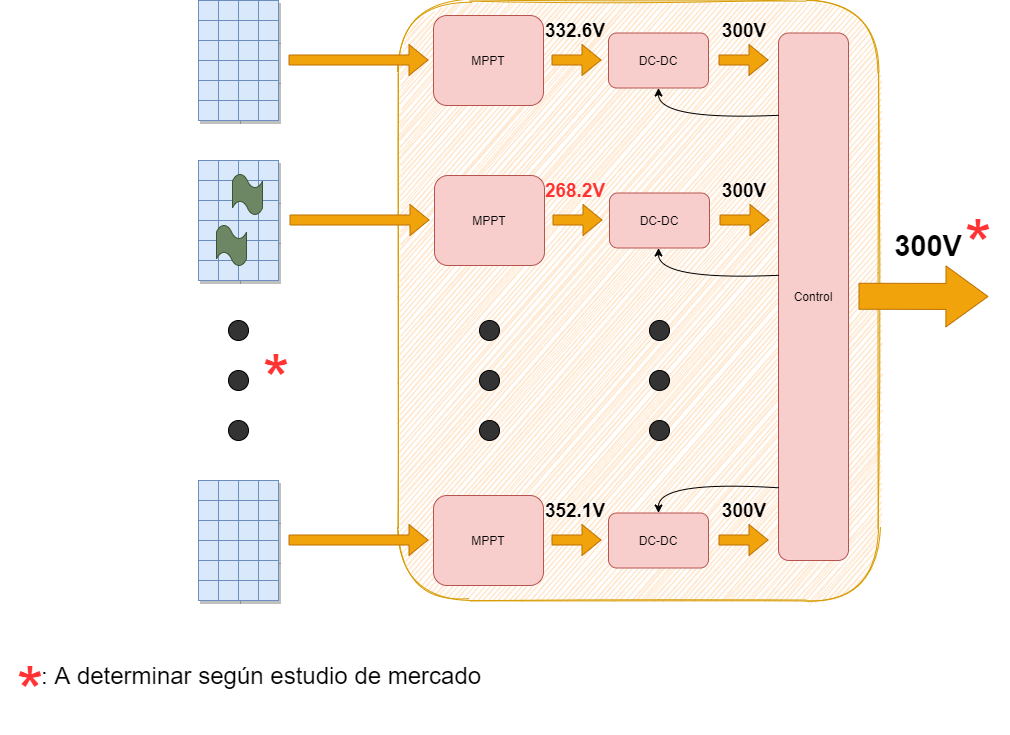
The draw.io diagram Presentación Idea MPPT/Diagrama.png in tlondero/Dise-o, before a commit. Source tidied: cells renumbered, new cells last; positions are measured from the earlier drawing's top-left corner, leaving out a move shared by most shapes.
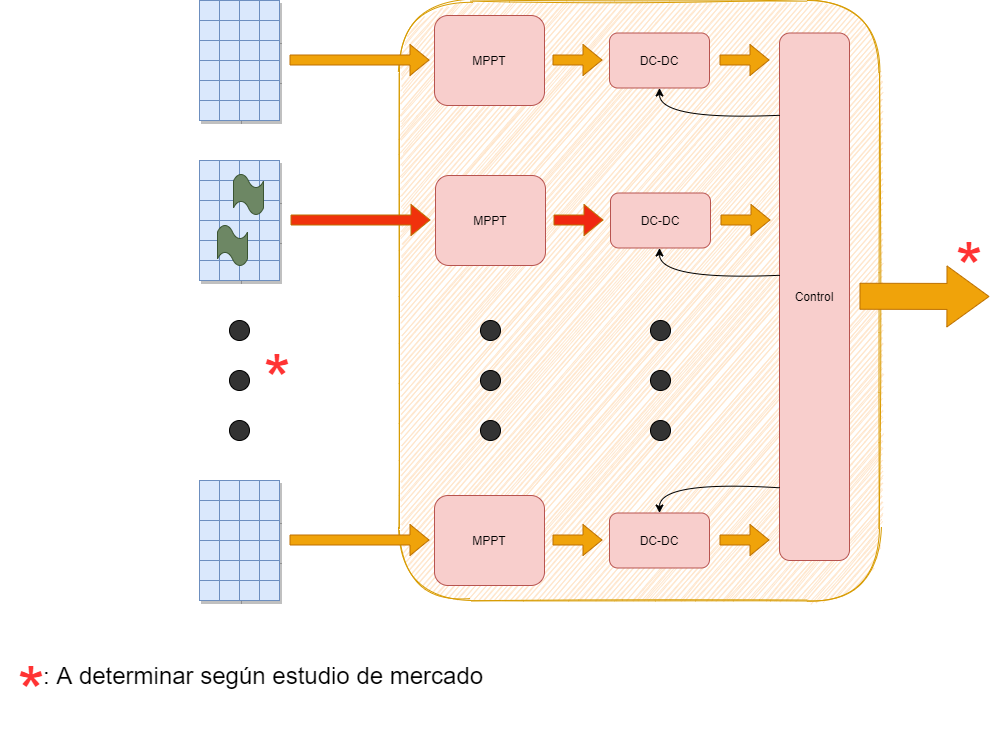
Above is the later version.

Change to the diagram source:
```diff
@@ -104,13 +104,13 @@
     <mxCell id="32" value="DC-DC" style="rounded=1;whiteSpace=wrap;html=1;shadow=0;glass=0;sketch=0;fillColor=#f8cecc;strokeColor=#b85450;" parent="1" vertex="1">
       <mxGeometry x="609" y="192.5" width="100" height="55" as="geometry" />
     </mxCell>
-    <mxCell id="33" style="shape=flexArrow;endArrow=classic;html=1;fillColor=#f0a30a;strokeColor=#BD7000;" parent="1" edge="1">
+    <mxCell id="33" style="shape=flexArrow;endArrow=classic;html=1;strokeColor=#BD7000;fillColor=#F0320C;" parent="1" edge="1">
       <mxGeometry relative="1" as="geometry">
         <mxPoint x="289" y="219.5" as="sourcePoint" />
         <mxPoint x="429" y="219.5" as="targetPoint" />
       </mxGeometry>
     </mxCell>
-    <mxCell id="34" style="shape=flexArrow;endArrow=classic;html=1;fillColor=#f0a30a;strokeColor=#BD7000;" parent="1" edge="1">
+    <mxCell id="34" style="shape=flexArrow;endArrow=classic;html=1;strokeColor=#BD7000;fillColor=#F02711;" parent="1" edge="1">
       <mxGeometry relative="1" as="geometry">
         <mxPoint x="552" y="219.5" as="sourcePoint" />
         <mxPoint x="602" y="219.5" as="targetPoint" />
@@ -167,24 +167,6 @@
     <mxCell id="47" style="shape=mxgraph.bpmn.ad_hoc;fillColor=#6d8764;html=1;shadow=0;glass=0;sketch=0;strokeColor=#3A5431;fontColor=#ffffff;" parent="1" vertex="1">
       <mxGeometry x="216" y="225" width="30" height="40" as="geometry" />
     </mxCell>
-    <mxCell id="48" value="&lt;span style=&quot;font-size: 19px&quot;&gt;&lt;b&gt;332.6V&lt;/b&gt;&lt;/span&gt;" style="text;html=1;strokeColor=none;fillColor=none;align=center;verticalAlign=middle;whiteSpace=wrap;rounded=0;shadow=0;glass=0;sketch=0;" parent="1" vertex="1">
-      <mxGeometry x="555" y="20" width="40" height="20" as="geometry" />
-    </mxCell>
-    <mxCell id="49" value="&lt;font style=&quot;font-size: 19px&quot; color=&quot;#ff3333&quot;&gt;&lt;b&gt;268.2V&lt;/b&gt;&lt;/font&gt;" style="text;html=1;strokeColor=none;fillColor=none;align=center;verticalAlign=middle;whiteSpace=wrap;rounded=0;shadow=0;glass=0;sketch=0;" parent="1" vertex="1">
-      <mxGeometry x="555" y="180" width="40" height="20" as="geometry" />
-    </mxCell>
-    <mxCell id="50" value="&lt;font style=&quot;font-size: 19px&quot;&gt;&lt;b&gt;352.1V&lt;/b&gt;&lt;/font&gt;" style="text;html=1;strokeColor=none;fillColor=none;align=center;verticalAlign=middle;whiteSpace=wrap;rounded=0;shadow=0;glass=0;sketch=0;" parent="1" vertex="1">
-      <mxGeometry x="555" y="500" width="40" height="20" as="geometry" />
-    </mxCell>
-    <mxCell id="51" value="&lt;font style=&quot;font-size: 19px&quot;&gt;&lt;b&gt;300V&lt;/b&gt;&lt;/font&gt;" style="text;html=1;strokeColor=none;fillColor=none;align=center;verticalAlign=middle;whiteSpace=wrap;rounded=0;shadow=0;glass=0;sketch=0;" parent="1" vertex="1">
-      <mxGeometry x="724" y="20" width="40" height="20" as="geometry" />
-    </mxCell>
-    <mxCell id="52" value="&lt;font style=&quot;font-size: 19px&quot;&gt;&lt;b&gt;300V&lt;/b&gt;&lt;/font&gt;" style="text;html=1;strokeColor=none;fillColor=none;align=center;verticalAlign=middle;whiteSpace=wrap;rounded=0;shadow=0;glass=0;sketch=0;" parent="1" vertex="1">
-      <mxGeometry x="724" y="180" width="40" height="20" as="geometry" />
-    </mxCell>
-    <mxCell id="53" value="&lt;font style=&quot;font-size: 19px&quot;&gt;&lt;b&gt;300V&lt;/b&gt;&lt;/font&gt;" style="text;html=1;strokeColor=none;fillColor=none;align=center;verticalAlign=middle;whiteSpace=wrap;rounded=0;shadow=0;glass=0;sketch=0;" parent="1" vertex="1">
-      <mxGeometry x="724" y="500" width="40" height="20" as="geometry" />
-    </mxCell>
     <mxCell id="54" style="shape=flexArrow;endArrow=classic;html=1;fillColor=#f0a30a;strokeColor=#BD7000;strokeWidth=1;endWidth=34;endSize=13.69;width=26;" parent="1" edge="1">
       <mxGeometry relative="1" as="geometry">
         <mxPoint x="858" y="295.8" as="sourcePoint" />
@@ -215,11 +197,8 @@
         </Array>
       </mxGeometry>
     </mxCell>
-    <mxCell id="58" value="&lt;font size=&quot;1&quot;&gt;&lt;b style=&quot;font-size: 29px&quot;&gt;300V&lt;/b&gt;&lt;/font&gt;" style="text;html=1;strokeColor=none;fillColor=none;align=center;verticalAlign=middle;whiteSpace=wrap;rounded=0;shadow=0;glass=0;sketch=0;" parent="1" vertex="1">
-      <mxGeometry x="908" y="235" width="40" height="20" as="geometry" />
-    </mxCell>
     <mxCell id="59" value="&lt;font style=&quot;font-size: 70px&quot; color=&quot;#ff3333&quot;&gt;*&lt;/font&gt;" style="text;html=1;strokeColor=none;fillColor=none;align=center;verticalAlign=middle;whiteSpace=wrap;rounded=0;shadow=0;glass=0;sketch=0;" parent="1" vertex="1">
-      <mxGeometry x="948" y="225" width="60" height="40" as="geometry" />
+      <mxGeometry x="938" y="247.5" width="60" height="40" as="geometry" />
     </mxCell>
     <mxCell id="60" value="&lt;font style=&quot;font-size: 70px&quot; color=&quot;#ff3333&quot;&gt;*&lt;/font&gt;" style="text;html=1;strokeColor=none;fillColor=none;align=center;verticalAlign=middle;whiteSpace=wrap;rounded=0;shadow=0;glass=0;sketch=0;" parent="1" vertex="1">
       <mxGeometry x="246" y="360" width="60" height="40" as="geometry" />
```
